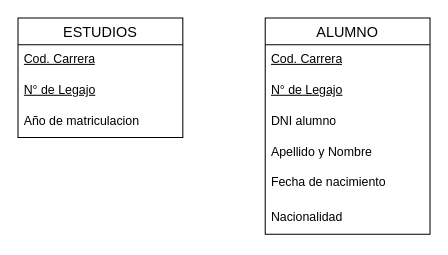
This is page "2FN" (2 of 3) of Grupo11_Parcial1.drawio from Ailenmarina/Grupo11, a draw.io file, before an edit. Source tidied: cells renumbered, new cells numbered last; positions are measured from the earlier drawing's top-left corner, leaving out a move shared by most shapes. Both pictures are drawn from the tidied source at 103%, with x=0, y=0 at pixel (18, 18).
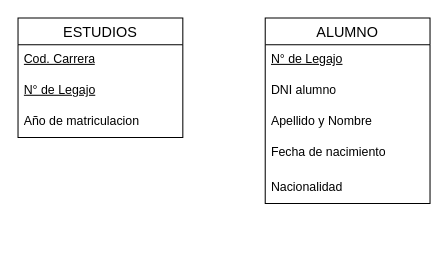
The same page after the edit.

Diff of the diagram source:
```diff
@@
 <mxGraphModel>
   <root>
     <mxCell id="0" />
     <mxCell id="1" parent="0" />
     <mxCell id="2" value="ALUMNO" style="swimlane;fontStyle=0;horizontal=1;startSize=26;align=center;fontSize=14;" parent="1" vertex="1">
-      <mxGeometry x="240" width="160" height="210" as="geometry" />
+      <mxGeometry x="240" width="160" height="180" as="geometry" />
     </mxCell>
-    <mxCell id="3" value="Cod. Carrera" style="text;strokeColor=none;fillColor=none;spacingLeft=4;spacingRight=4;overflow=hidden;fontSize=12;whiteSpace=wrap;html=1;fontStyle=4;" parent="2" vertex="1">
-      <mxGeometry y="26" width="160" height="30" as="geometry" />
-    </mxCell>
     <mxCell id="4" value="&lt;u&gt;N° de Legajo&lt;/u&gt;" style="text;strokeColor=none;fillColor=none;spacingLeft=4;spacingRight=4;overflow=hidden;fontSize=12;whiteSpace=wrap;html=1;" parent="2" vertex="1">
-      <mxGeometry y="56" width="160" height="30" as="geometry" />
+      <mxGeometry y="26" width="160" height="30" as="geometry" />
     </mxCell>
     <mxCell id="5" value="DNI alumno" style="text;strokeColor=none;fillColor=none;spacingLeft=4;spacingRight=4;overflow=hidden;fontSize=12;whiteSpace=wrap;html=1;" parent="2" vertex="1">
-      <mxGeometry y="86" width="160" height="30" as="geometry" />
+      <mxGeometry y="56" width="160" height="30" as="geometry" />
     </mxCell>
     <mxCell id="6" value="Apellido y Nombre" style="text;strokeColor=none;fillColor=none;spacingLeft=4;spacingRight=4;overflow=hidden;fontSize=12;whiteSpace=wrap;html=1;" parent="2" vertex="1">
-      <mxGeometry y="116" width="160" height="30" as="geometry" />
+      <mxGeometry y="86" width="160" height="30" as="geometry" />
     </mxCell>
     <mxCell id="7" value="Fecha de nacimiento" style="text;strokeColor=none;fillColor=none;spacingLeft=4;spacingRight=4;overflow=hidden;fontSize=12;whiteSpace=wrap;html=1;" parent="2" vertex="1">
-      <mxGeometry y="146" width="160" height="34" as="geometry" />
+      <mxGeometry y="116" width="160" height="34" as="geometry" />
     </mxCell>
     <mxCell id="8" value="Nacionalidad" style="text;strokeColor=none;fillColor=none;spacingLeft=4;spacingRight=4;overflow=hidden;fontSize=12;whiteSpace=wrap;html=1;" parent="2" vertex="1">
-      <mxGeometry y="180" width="160" height="30" as="geometry" />
+      <mxGeometry y="150" width="160" height="30" as="geometry" />
     </mxCell>
     <mxCell id="9" value="ESTUDIOS" style="swimlane;fontStyle=0;horizontal=1;startSize=26;align=center;fontSize=14;" parent="1" vertex="1">
       <mxGeometry width="160" height="116" as="geometry" />
     </mxCell>
     <mxCell id="10" value="Cod. Carrera" style="text;strokeColor=none;fillColor=none;spacingLeft=4;spacingRight=4;overflow=hidden;fontSize=12;whiteSpace=wrap;html=1;fontStyle=4;" parent="9" vertex="1">
       <mxGeometry y="26" width="160" height="30" as="geometry" />
     </mxCell>
     <mxCell id="11" value="&lt;u&gt;N° de Legajo&lt;/u&gt;" style="text;strokeColor=none;fillColor=none;spacingLeft=4;spacingRight=4;overflow=hidden;fontSize=12;whiteSpace=wrap;html=1;" parent="9" vertex="1">
       <mxGeometry y="56" width="160" height="30" as="geometry" />
     </mxCell>
     <mxCell id="12" value="Año de matriculacion" style="text;strokeColor=none;fillColor=none;spacingLeft=4;spacingRight=4;overflow=hidden;fontSize=12;whiteSpace=wrap;html=1;" parent="9" vertex="1">
       <mxGeometry y="86" width="160" height="30" as="geometry" />
     </mxCell>
   </root>
 </mxGraphModel>
```
